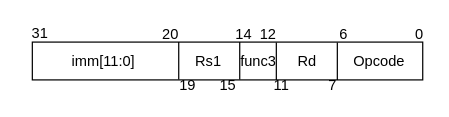
Above: LAB3/homebook/images/sources/Itype.drawio in campandrea/Lab_ISA (draw.io), before the change. Source tidied: cells renumbered, new cells numbered last; positions are measured from the earlier drawing's top-left corner, leaving out a move shared by most shapes. Both pictures are drawn from the tidied source at 122%, with x=0, y=0 at pixel (21, 21).
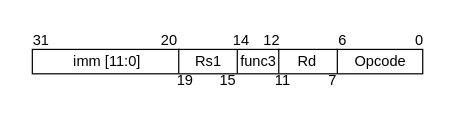
The same page after the edit.

Change to the diagram source:
```diff
@@
-    <mxCell id="2" style="rounded=0;whiteSpace=wrap;html=1;" parent="1" vertex="1">
-      <mxGeometry x="9" y="17" width="320" height="31" as="geometry" />
-    </mxCell>
-    <mxCell id="3" value="imm[11:0]" style="text;html=1;align=center;verticalAlign=middle;" parent="1" vertex="1">
-      <mxGeometry x="34" y="23" width="65" height="20" as="geometry" />
-    </mxCell>
+    <mxCell id="22" style="rounded=0;whiteSpace=wrap;html=1;" parent="1" vertex="1">
+      <mxGeometry x="9" y="23" width="320" height="20" as="geometry" />
+    </mxCell>
+    <mxCell id="23" value="imm [11:0]" style="text;html=1;align=center;verticalAlign=middle;" parent="1" vertex="1">
+      <mxGeometry x="37" y="23.5" width="66" height="19" as="geometry" />
+    </mxCell>
@@
     <mxCell id="7" value="Opcode" style="text;html=1;align=center;verticalAlign=middle;" parent="1" vertex="1">
-      <mxGeometry x="263" y="22.5" width="60" height="20" as="geometry" />
+      <mxGeometry x="264" y="23" width="60" height="20" as="geometry" />
     </mxCell>
     <mxCell id="8" value="31" style="text;html=1;align=center;verticalAlign=middle;" parent="1" vertex="1">
-      <mxGeometry width="30" height="20" as="geometry" />
+      <mxGeometry x="1" y="5.5" width="30" height="20" as="geometry" />
     </mxCell>
     <mxCell id="9" value="20" style="text;html=1;align=center;verticalAlign=middle;" parent="1" vertex="1">
-      <mxGeometry x="109" y="1" width="25" height="19" as="geometry" />
+      <mxGeometry x="108" y="6" width="25" height="19" as="geometry" />
     </mxCell>
     <mxCell id="10" value="19" style="text;html=1;align=center;verticalAlign=middle;" parent="1" vertex="1">
-      <mxGeometry x="123" y="43" width="25" height="19" as="geometry" />
+      <mxGeometry x="121" y="39" width="25" height="19" as="geometry" />
     </mxCell>
     <mxCell id="11" value="15" style="text;html=1;align=center;verticalAlign=middle;" parent="1" vertex="1">
-      <mxGeometry x="156.5" y="43" width="25" height="19" as="geometry" />
+      <mxGeometry x="156.5" y="39" width="25" height="19" as="geometry" />
     </mxCell>
     <mxCell id="12" value="14" style="text;html=1;align=center;verticalAlign=middle;" parent="1" vertex="1">
-      <mxGeometry x="169" y="1.5" width="25" height="19" as="geometry" />
+      <mxGeometry x="167" y="6" width="25" height="19" as="geometry" />
     </mxCell>
     <mxCell id="13" value="12" style="text;html=1;align=center;verticalAlign=middle;" parent="1" vertex="1">
-      <mxGeometry x="189" y="1" width="25" height="19" as="geometry" />
+      <mxGeometry x="192" y="6" width="25" height="19" as="geometry" />
     </mxCell>
-    <mxCell id="14" value="11" style="text;html=1;align=center;verticalAlign=middle;" parent="1" vertex="1">
-      <mxGeometry x="201" y="43" width="24" height="19" as="geometry" />
-    </mxCell>
     <mxCell id="15" value="7" style="text;html=1;align=center;verticalAlign=middle;" parent="1" vertex="1">
-      <mxGeometry x="246" y="43" width="17" height="19" as="geometry" />
+      <mxGeometry x="246" y="39" width="17" height="19" as="geometry" />
     </mxCell>
     <mxCell id="16" value="6" style="text;html=1;align=center;verticalAlign=middle;" parent="1" vertex="1">
-      <mxGeometry x="255" y="1.5" width="17" height="19" as="geometry" />
+      <mxGeometry x="254" y="6" width="17" height="19" as="geometry" />
     </mxCell>
     <mxCell id="17" value="0" style="text;html=1;align=center;verticalAlign=middle;" parent="1" vertex="1">
-      <mxGeometry x="317" y="1.5" width="17" height="19" as="geometry" />
+      <mxGeometry x="317" y="6" width="17" height="19" as="geometry" />
     </mxCell>
-    <mxCell id="18" style="endArrow=none;html=1;exitX=0.375;exitY=0.987;exitDx=0;exitDy=0;exitPerimeter=0;" parent="1" edge="1">
-      <mxGeometry relative="1" as="geometry">
-        <mxPoint x="179" y="47.6" as="sourcePoint" />
-        <mxPoint x="179" y="17" as="targetPoint" />
-      </mxGeometry>
-    </mxCell>
-    <mxCell id="19" style="endArrow=none;html=1;exitX=0.375;exitY=0.987;exitDx=0;exitDy=0;exitPerimeter=0;" parent="1" edge="1">
-      <mxGeometry relative="1" as="geometry">
-        <mxPoint x="209" y="48" as="sourcePoint" />
-        <mxPoint x="209" y="17.4" as="targetPoint" />
-      </mxGeometry>
-    </mxCell>
-    <mxCell id="20" style="endArrow=none;html=1;exitX=0.375;exitY=0.987;exitDx=0;exitDy=0;exitPerimeter=0;" parent="1" edge="1">
-      <mxGeometry relative="1" as="geometry">
-        <mxPoint x="259" y="48" as="sourcePoint" />
-        <mxPoint x="259" y="17.4" as="targetPoint" />
-        <Array as="points">
-          <mxPoint x="259" y="33" />
-        </Array>
-      </mxGeometry>
-    </mxCell>
-    <mxCell id="21" style="endArrow=none;html=1;exitX=0.375;exitY=0.987;exitDx=0;exitDy=0;exitPerimeter=0;" parent="1" edge="1">
-      <mxGeometry relative="1" as="geometry">
-        <mxPoint x="129" y="47.6" as="sourcePoint" />
-        <mxPoint x="129" y="17" as="targetPoint" />
-        <Array as="points">
-          <mxPoint x="129" y="27" />
-        </Array>
-      </mxGeometry>
-    </mxCell>
+    <mxCell id="24" style="endArrow=none;html=1;" parent="1" edge="1">
+      <mxGeometry relative="1" as="geometry">
+        <mxPoint x="259" y="42.5" as="sourcePoint" />
+        <mxPoint x="259" y="22.5" as="targetPoint" />
+        <Array as="points">
+          <mxPoint x="259" y="30.5" />
+        </Array>
+      </mxGeometry>
+    </mxCell>
+    <mxCell id="25" style="endArrow=none;html=1;" parent="1" edge="1">
+      <mxGeometry relative="1" as="geometry">
+        <mxPoint x="211" y="42.5" as="sourcePoint" />
+        <mxPoint x="211" y="22.5" as="targetPoint" />
+        <Array as="points">
+          <mxPoint x="211" y="30.5" />
+        </Array>
+      </mxGeometry>
+    </mxCell>
+    <mxCell id="26" style="endArrow=none;html=1;" parent="1" edge="1">
+      <mxGeometry relative="1" as="geometry">
+        <mxPoint x="177" y="43" as="sourcePoint" />
+        <mxPoint x="177" y="23" as="targetPoint" />
+        <Array as="points">
+          <mxPoint x="177" y="31" />
+        </Array>
+      </mxGeometry>
+    </mxCell>
+    <mxCell id="27" style="endArrow=none;html=1;" parent="1" edge="1">
+      <mxGeometry relative="1" as="geometry">
+        <mxPoint x="129" y="42.5" as="sourcePoint" />
+        <mxPoint x="129" y="22.5" as="targetPoint" />
+        <Array as="points">
+          <mxPoint x="129" y="30.5" />
+        </Array>
+      </mxGeometry>
+    </mxCell>
+    <mxCell id="14" value="11" style="text;html=1;align=center;verticalAlign=middle;" parent="1" vertex="1">
+      <mxGeometry x="202" y="39" width="24" height="19" as="geometry" />
+    </mxCell>
```
